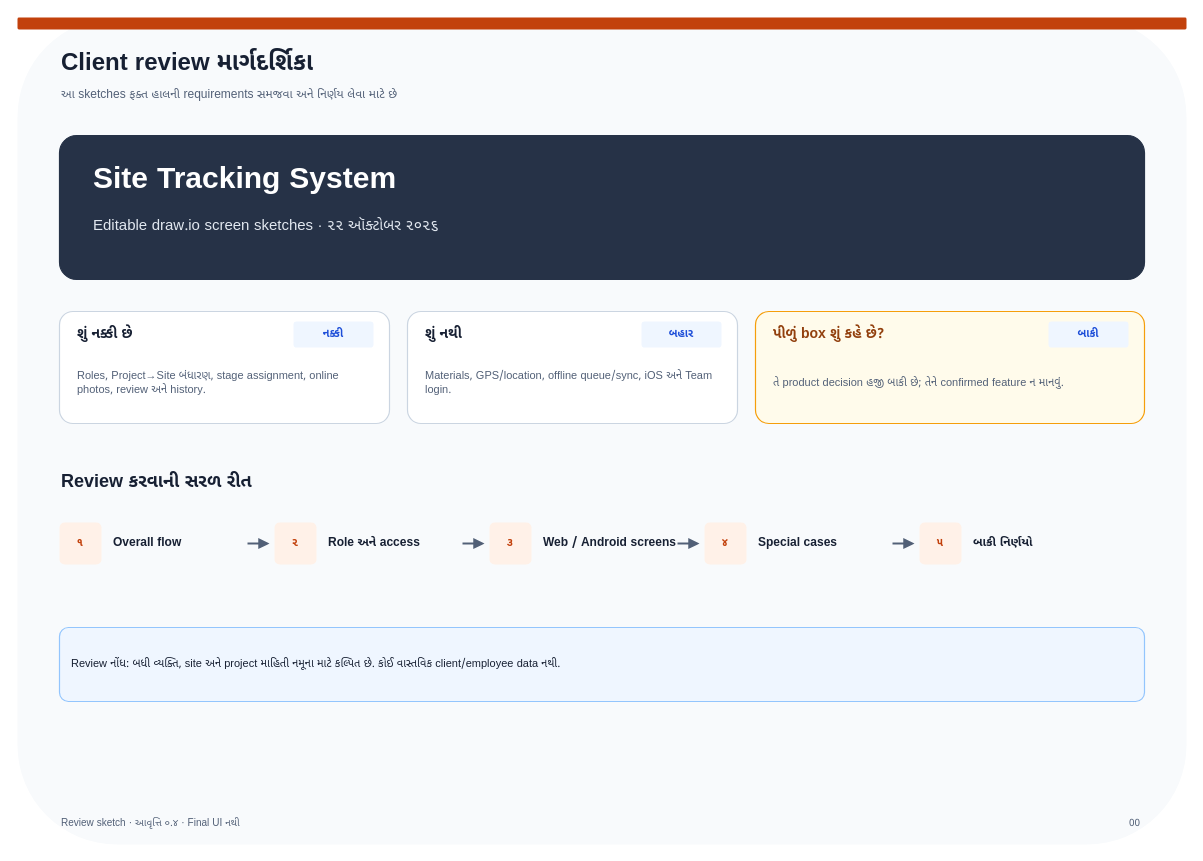
dbmoradiya/site-tracking-system keeps this draw.io diagram as page "00 · Client review guide" (1 of 18) of review/site-tracking-screen-sketches-v0.4.drawio. Above is the earlier version. Source tidied: cells renumbered, new cells numbered last; positions are measured from the earlier drawing's top-left corner, leaving out a move shared by most shapes. Both pictures are drawn from the tidied source at 100%, with x=0, y=0 at pixel (17, 17).
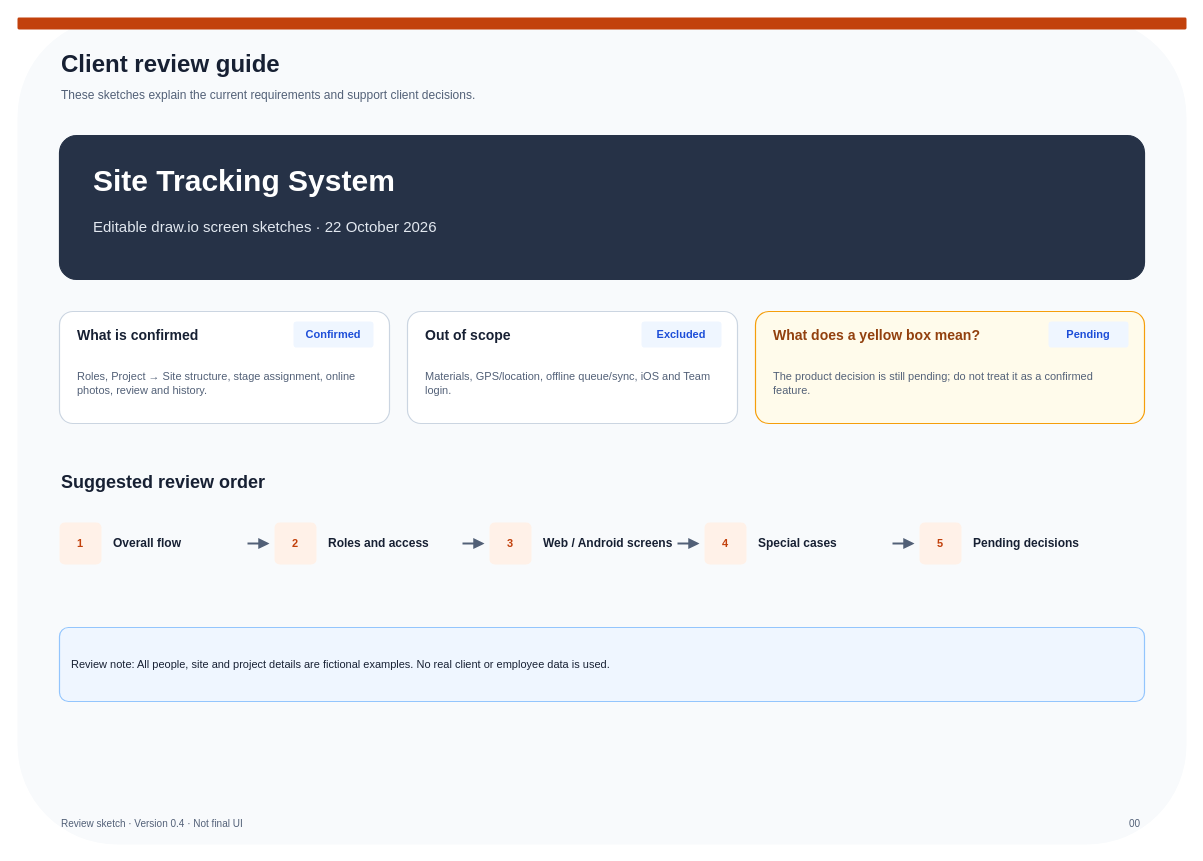
After the change.

The edit, as a diff of the source:
```diff
@@
-    <mxCell id="2" style="rounded=1;whiteSpace=wrap;html=1;fillColor=#F8FAFC;strokeColor=none;strokeWidth=1.2;fontFamily=Noto Sans Gujarati;fontSize=13;fontColor=#172033;fontStyle=0;align=left;verticalAlign=middle;spacingLeft=10;spacingRight=10;spacingTop=6;spacingBottom=6;dashed=0;arcSize=12;" parent="1" vertex="1">
+    <mxCell id="2" style="rounded=1;whiteSpace=wrap;html=1;fillColor=#F8FAFC;strokeColor=none;strokeWidth=1.2;fontFamily=Arial;fontSize=13;fontColor=#172033;fontStyle=0;align=left;verticalAlign=middle;spacingLeft=10;spacingRight=10;spacingTop=6;spacingBottom=6;dashed=0;arcSize=12;" parent="1" vertex="1">
       <mxGeometry width="1169" height="827" as="geometry" />
     </mxCell>
-    <mxCell id="3" style="rounded=1;whiteSpace=wrap;html=1;fillColor=#C2410C;strokeColor=none;strokeWidth=1.2;fontFamily=Noto Sans Gujarati;fontSize=13;fontColor=#172033;fontStyle=0;align=left;verticalAlign=middle;spacingLeft=10;spacingRight=10;spacingTop=6;spacingBottom=6;dashed=0;arcSize=12;" parent="1" vertex="1">
+    <mxCell id="3" style="rounded=1;whiteSpace=wrap;html=1;fillColor=#C2410C;strokeColor=none;strokeWidth=1.2;fontFamily=Arial;fontSize=13;fontColor=#172033;fontStyle=0;align=left;verticalAlign=middle;spacingLeft=10;spacingRight=10;spacingTop=6;spacingBottom=6;dashed=0;arcSize=12;" parent="1" vertex="1">
       <mxGeometry width="1169" height="12" as="geometry" />
     </mxCell>
-    <mxCell id="4" value="Client review માર્ગદર્શિકા" style="text;html=1;strokeColor=none;fillColor=none;whiteSpace=wrap;fontFamily=Noto Sans Gujarati;fontSize=24;fontColor=#172033;fontStyle=1;align=left;verticalAlign=middle;" parent="1" vertex="1">
+    <mxCell id="4" value="Client review guide" style="text;html=1;strokeColor=none;fillColor=none;whiteSpace=wrap;fontFamily=Arial;fontSize=24;fontColor=#172033;fontStyle=1;align=left;verticalAlign=middle;" parent="1" vertex="1">
       <mxGeometry x="42" y="30" width="875" height="34" as="geometry" />
     </mxCell>
-    <mxCell id="5" value="આ sketches ફક્ત હાલની requirements સમજવા અને નિર્ણય લેવા માટે છે" style="text;html=1;strokeColor=none;fillColor=none;whiteSpace=wrap;fontFamily=Noto Sans Gujarati;fontSize=12;fontColor=#526077;fontStyle=0;align=left;verticalAlign=middle;" parent="1" vertex="1">
+    <mxCell id="5" value="These sketches explain the current requirements and support client decisions." style="text;html=1;strokeColor=none;fillColor=none;whiteSpace=wrap;fontFamily=Arial;fontSize=12;fontColor=#526077;fontStyle=0;align=left;verticalAlign=middle;" parent="1" vertex="1">
       <mxGeometry x="42" y="66" width="900" height="24" as="geometry" />
     </mxCell>
-    <mxCell id="6" value="Review sketch · આવૃત્તિ ૦.૪ · Final UI નથી" style="text;html=1;strokeColor=none;fillColor=none;whiteSpace=wrap;fontFamily=Noto Sans Gujarati;fontSize=10;fontColor=#526077;fontStyle=0;align=left;verticalAlign=middle;" parent="1" vertex="1">
+    <mxCell id="6" value="Review sketch · Version 0.4 · Not final UI" style="text;html=1;strokeColor=none;fillColor=none;whiteSpace=wrap;fontFamily=Arial;fontSize=10;fontColor=#526077;fontStyle=0;align=left;verticalAlign=middle;" parent="1" vertex="1">
       <mxGeometry x="42" y="797" width="930" height="18" as="geometry" />
     </mxCell>
-    <mxCell id="7" value="00" style="text;html=1;strokeColor=none;fillColor=none;whiteSpace=wrap;fontFamily=Noto Sans Gujarati;fontSize=10;fontColor=#526077;fontStyle=0;align=right;verticalAlign=middle;" parent="1" vertex="1">
+    <mxCell id="7" value="00" style="text;html=1;strokeColor=none;fillColor=none;whiteSpace=wrap;fontFamily=Arial;fontSize=10;fontColor=#526077;fontStyle=0;align=right;verticalAlign=middle;" parent="1" vertex="1">
       <mxGeometry x="1030" y="797" width="95" height="18" as="geometry" />
     </mxCell>
-    <mxCell id="8" style="rounded=1;whiteSpace=wrap;html=1;fillColor=#263247;strokeColor=#263247;strokeWidth=1.2;fontFamily=Noto Sans Gujarati;fontSize=13;fontColor=#172033;fontStyle=0;align=left;verticalAlign=middle;spacingLeft=10;spacingRight=10;spacingTop=6;spacingBottom=6;dashed=0;arcSize=12;" parent="1" vertex="1">
+    <mxCell id="8" style="rounded=1;whiteSpace=wrap;html=1;fillColor=#263247;strokeColor=#263247;strokeWidth=1.2;fontFamily=Arial;fontSize=13;fontColor=#172033;fontStyle=0;align=left;verticalAlign=middle;spacingLeft=10;spacingRight=10;spacingTop=6;spacingBottom=6;dashed=0;arcSize=12;" parent="1" vertex="1">
       <mxGeometry x="42" y="118" width="1085" height="144" as="geometry" />
     </mxCell>
-    <mxCell id="9" value="Site Tracking System" style="text;html=1;strokeColor=none;fillColor=none;whiteSpace=wrap;fontFamily=Noto Sans Gujarati;fontSize=30;fontColor=#FFFFFF;fontStyle=1;align=left;verticalAlign=middle;" parent="1" vertex="1">
+    <mxCell id="9" value="Site Tracking System" style="text;html=1;strokeColor=none;fillColor=none;whiteSpace=wrap;fontFamily=Arial;fontSize=30;fontColor=#FFFFFF;fontStyle=1;align=left;verticalAlign=middle;" parent="1" vertex="1">
       <mxGeometry x="74" y="142" width="780" height="42" as="geometry" />
     </mxCell>
-    <mxCell id="10" value="Editable draw.io screen sketches · ૨૨ ઑક્ટોબર ૨૦૨૬" style="text;html=1;strokeColor=none;fillColor=none;whiteSpace=wrap;fontFamily=Noto Sans Gujarati;fontSize=15;fontColor=#E2E8F0;fontStyle=0;align=left;verticalAlign=middle;" parent="1" vertex="1">
+    <mxCell id="10" value="Editable draw.io screen sketches · 22 October 2026" style="text;html=1;strokeColor=none;fillColor=none;whiteSpace=wrap;fontFamily=Arial;fontSize=15;fontColor=#E2E8F0;fontStyle=0;align=left;verticalAlign=middle;" parent="1" vertex="1">
       <mxGeometry x="74" y="190" width="850" height="38" as="geometry" />
     </mxCell>
-    <mxCell id="11" style="rounded=1;whiteSpace=wrap;html=1;fillColor=#FFFFFF;strokeColor=#CBD5E1;strokeWidth=1.2;fontFamily=Noto Sans Gujarati;fontSize=13;fontColor=#172033;fontStyle=0;align=left;verticalAlign=middle;spacingLeft=10;spacingRight=10;spacingTop=6;spacingBottom=6;dashed=0;arcSize=12;" parent="1" vertex="1">
+    <mxCell id="11" style="rounded=1;whiteSpace=wrap;html=1;fillColor=#FFFFFF;strokeColor=#CBD5E1;strokeWidth=1.2;fontFamily=Arial;fontSize=13;fontColor=#172033;fontStyle=0;align=left;verticalAlign=middle;spacingLeft=10;spacingRight=10;spacingTop=6;spacingBottom=6;dashed=0;arcSize=12;" parent="1" vertex="1">
       <mxGeometry x="42" y="294" width="330" height="112" as="geometry" />
     </mxCell>
-    <mxCell id="12" value="શું નક્કી છે" style="text;html=1;strokeColor=none;fillColor=none;whiteSpace=wrap;fontFamily=Noto Sans Gujarati;fontSize=14;fontColor=#172033;fontStyle=1;align=left;verticalAlign=middle;" parent="1" vertex="1">
+    <mxCell id="12" value="What is confirmed" style="text;html=1;strokeColor=none;fillColor=none;whiteSpace=wrap;fontFamily=Arial;fontSize=14;fontColor=#172033;fontStyle=1;align=left;verticalAlign=middle;" parent="1" vertex="1">
       <mxGeometry x="58" y="306" width="298" height="24" as="geometry" />
     </mxCell>
-    <mxCell id="13" value="Roles, Project→Site બંધારણ, stage assignment, online photos, review અને history." style="text;html=1;strokeColor=none;fillColor=none;whiteSpace=wrap;fontFamily=Noto Sans Gujarati;fontSize=11;fontColor=#526077;fontStyle=0;align=left;verticalAlign=middle;" parent="1" vertex="1">
+    <mxCell id="13" value="Roles, Project → Site structure, stage assignment, online photos, review and history." style="text;html=1;strokeColor=none;fillColor=none;whiteSpace=wrap;fontFamily=Arial;fontSize=11;fontColor=#526077;fontStyle=0;align=left;verticalAlign=middle;" parent="1" vertex="1">
       <mxGeometry x="58" y="336" width="298" height="60" as="geometry" />
     </mxCell>
-    <mxCell id="14" value="નક્કી" style="rounded=1;whiteSpace=wrap;html=1;fillColor=#EFF6FF;strokeColor=none;strokeWidth=1.2;fontFamily=Noto Sans Gujarati;fontSize=11;fontColor=#1D4ED8;fontStyle=1;align=center;verticalAlign=middle;spacingLeft=10;spacingRight=10;spacingTop=6;spacingBottom=6;dashed=0;arcSize=12;" parent="1" vertex="1">
+    <mxCell id="14" value="Confirmed" style="rounded=1;whiteSpace=wrap;html=1;fillColor=#EFF6FF;strokeColor=none;strokeWidth=1.2;fontFamily=Arial;fontSize=11;fontColor=#1D4ED8;fontStyle=1;align=center;verticalAlign=middle;spacingLeft=10;spacingRight=10;spacingTop=6;spacingBottom=6;dashed=0;arcSize=12;" parent="1" vertex="1">
       <mxGeometry x="276" y="304" width="80" height="26" as="geometry" />
     </mxCell>
-    <mxCell id="15" style="rounded=1;whiteSpace=wrap;html=1;fillColor=#FFFFFF;strokeColor=#CBD5E1;strokeWidth=1.2;fontFamily=Noto Sans Gujarati;fontSize=13;fontColor=#172033;fontStyle=0;align=left;verticalAlign=middle;spacingLeft=10;spacingRight=10;spacingTop=6;spacingBottom=6;dashed=0;arcSize=12;" parent="1" vertex="1">
+    <mxCell id="15" style="rounded=1;whiteSpace=wrap;html=1;fillColor=#FFFFFF;strokeColor=#CBD5E1;strokeWidth=1.2;fontFamily=Arial;fontSize=13;fontColor=#172033;fontStyle=0;align=left;verticalAlign=middle;spacingLeft=10;spacingRight=10;spacingTop=6;spacingBottom=6;dashed=0;arcSize=12;" parent="1" vertex="1">
       <mxGeometry x="390" y="294" width="330" height="112" as="geometry" />
     </mxCell>
-    <mxCell id="16" value="શું નથી" style="text;html=1;strokeColor=none;fillColor=none;whiteSpace=wrap;fontFamily=Noto Sans Gujarati;fontSize=14;fontColor=#172033;fontStyle=1;align=left;verticalAlign=middle;" parent="1" vertex="1">
+    <mxCell id="16" value="Out of scope" style="text;html=1;strokeColor=none;fillColor=none;whiteSpace=wrap;fontFamily=Arial;fontSize=14;fontColor=#172033;fontStyle=1;align=left;verticalAlign=middle;" parent="1" vertex="1">
       <mxGeometry x="406" y="306" width="298" height="24" as="geometry" />
     </mxCell>
-    <mxCell id="17" value="Materials, GPS/location, offline queue/sync, iOS અને Team login." style="text;html=1;strokeColor=none;fillColor=none;whiteSpace=wrap;fontFamily=Noto Sans Gujarati;fontSize=11;fontColor=#526077;fontStyle=0;align=left;verticalAlign=middle;" parent="1" vertex="1">
+    <mxCell id="17" value="Materials, GPS/location, offline queue/sync, iOS and Team login." style="text;html=1;strokeColor=none;fillColor=none;whiteSpace=wrap;fontFamily=Arial;fontSize=11;fontColor=#526077;fontStyle=0;align=left;verticalAlign=middle;" parent="1" vertex="1">
       <mxGeometry x="406" y="336" width="298" height="60" as="geometry" />
     </mxCell>
-    <mxCell id="18" value="બહાર" style="rounded=1;whiteSpace=wrap;html=1;fillColor=#EFF6FF;strokeColor=none;strokeWidth=1.2;fontFamily=Noto Sans Gujarati;fontSize=11;fontColor=#1D4ED8;fontStyle=1;align=center;verticalAlign=middle;spacingLeft=10;spacingRight=10;spacingTop=6;spacingBottom=6;dashed=0;arcSize=12;" parent="1" vertex="1">
+    <mxCell id="18" value="Excluded" style="rounded=1;whiteSpace=wrap;html=1;fillColor=#EFF6FF;strokeColor=none;strokeWidth=1.2;fontFamily=Arial;fontSize=11;fontColor=#1D4ED8;fontStyle=1;align=center;verticalAlign=middle;spacingLeft=10;spacingRight=10;spacingTop=6;spacingBottom=6;dashed=0;arcSize=12;" parent="1" vertex="1">
       <mxGeometry x="624" y="304" width="80" height="26" as="geometry" />
     </mxCell>
-    <mxCell id="19" style="rounded=1;whiteSpace=wrap;html=1;fillColor=#FFFBEB;strokeColor=#F59E0B;strokeWidth=1.2;fontFamily=Noto Sans Gujarati;fontSize=13;fontColor=#172033;fontStyle=0;align=left;verticalAlign=middle;spacingLeft=10;spacingRight=10;spacingTop=6;spacingBottom=6;dashed=0;arcSize=12;" parent="1" vertex="1">
+    <mxCell id="19" style="rounded=1;whiteSpace=wrap;html=1;fillColor=#FFFBEB;strokeColor=#F59E0B;strokeWidth=1.2;fontFamily=Arial;fontSize=13;fontColor=#172033;fontStyle=0;align=left;verticalAlign=middle;spacingLeft=10;spacingRight=10;spacingTop=6;spacingBottom=6;dashed=0;arcSize=12;" parent="1" vertex="1">
       <mxGeometry x="738" y="294" width="389" height="112" as="geometry" />
     </mxCell>
-    <mxCell id="20" value="પીળું box શું કહે છે?" style="text;html=1;strokeColor=none;fillColor=none;whiteSpace=wrap;fontFamily=Noto Sans Gujarati;fontSize=14;fontColor=#92400E;fontStyle=1;align=left;verticalAlign=middle;" parent="1" vertex="1">
+    <mxCell id="20" value="What does a yellow box mean?" style="text;html=1;strokeColor=none;fillColor=none;whiteSpace=wrap;fontFamily=Arial;fontSize=14;fontColor=#92400E;fontStyle=1;align=left;verticalAlign=middle;" parent="1" vertex="1">
       <mxGeometry x="754" y="306" width="357" height="24" as="geometry" />
     </mxCell>
-    <mxCell id="21" value="તે product decision હજી બાકી છે; તેને confirmed feature ન માનવું." style="text;html=1;strokeColor=none;fillColor=none;whiteSpace=wrap;fontFamily=Noto Sans Gujarati;fontSize=11;fontColor=#526077;fontStyle=0;align=left;verticalAlign=middle;" parent="1" vertex="1">
+    <mxCell id="21" value="The product decision is still pending; do not treat it as a confirmed feature." style="text;html=1;strokeColor=none;fillColor=none;whiteSpace=wrap;fontFamily=Arial;fontSize=11;fontColor=#526077;fontStyle=0;align=left;verticalAlign=middle;" parent="1" vertex="1">
       <mxGeometry x="754" y="336" width="357" height="60" as="geometry" />
     </mxCell>
-    <mxCell id="22" value="બાકી" style="rounded=1;whiteSpace=wrap;html=1;fillColor=#EFF6FF;strokeColor=none;strokeWidth=1.2;fontFamily=Noto Sans Gujarati;fontSize=11;fontColor=#1D4ED8;fontStyle=1;align=center;verticalAlign=middle;spacingLeft=10;spacingRight=10;spacingTop=6;spacingBottom=6;dashed=0;arcSize=12;" parent="1" vertex="1">
+    <mxCell id="22" value="Pending" style="rounded=1;whiteSpace=wrap;html=1;fillColor=#EFF6FF;strokeColor=none;strokeWidth=1.2;fontFamily=Arial;fontSize=11;fontColor=#1D4ED8;fontStyle=1;align=center;verticalAlign=middle;spacingLeft=10;spacingRight=10;spacingTop=6;spacingBottom=6;dashed=0;arcSize=12;" parent="1" vertex="1">
       <mxGeometry x="1031" y="304" width="80" height="26" as="geometry" />
     </mxCell>
-    <mxCell id="23" value="Review કરવાની સરળ રીત" style="text;html=1;strokeColor=none;fillColor=none;whiteSpace=wrap;fontFamily=Noto Sans Gujarati;fontSize=18;fontColor=#172033;fontStyle=1;align=left;verticalAlign=middle;" parent="1" vertex="1">
+    <mxCell id="23" value="Suggested review order" style="text;html=1;strokeColor=none;fillColor=none;whiteSpace=wrap;fontFamily=Arial;fontSize=18;fontColor=#172033;fontStyle=1;align=left;verticalAlign=middle;" parent="1" vertex="1">
       <mxGeometry x="42" y="450" width="1085" height="30" as="geometry" />
     </mxCell>
-    <mxCell id="24" value="૧" style="rounded=1;whiteSpace=wrap;html=1;fillColor=#FFF1E8;strokeColor=none;strokeWidth=1.2;fontFamily=Noto Sans Gujarati;fontSize=11;fontColor=#C2410C;fontStyle=1;align=center;verticalAlign=middle;spacingLeft=10;spacingRight=10;spacingTop=6;spacingBottom=6;dashed=0;arcSize=12;" parent="1" vertex="1">
+    <mxCell id="24" value="1" style="rounded=1;whiteSpace=wrap;html=1;fillColor=#FFF1E8;strokeColor=none;strokeWidth=1.2;fontFamily=Arial;fontSize=11;fontColor=#C2410C;fontStyle=1;align=center;verticalAlign=middle;spacingLeft=10;spacingRight=10;spacingTop=6;spacingBottom=6;dashed=0;arcSize=12;" parent="1" vertex="1">
       <mxGeometry x="42" y="505" width="42" height="42" as="geometry" />
     </mxCell>
-    <mxCell id="25" value="Overall flow" style="text;html=1;strokeColor=none;fillColor=none;whiteSpace=wrap;fontFamily=Noto Sans Gujarati;fontSize=12;fontColor=#172033;fontStyle=1;align=left;verticalAlign=middle;" parent="1" vertex="1">
+    <mxCell id="25" value="Overall flow" style="text;html=1;strokeColor=none;fillColor=none;whiteSpace=wrap;fontFamily=Arial;fontSize=12;fontColor=#172033;fontStyle=1;align=left;verticalAlign=middle;" parent="1" vertex="1">
       <mxGeometry x="94" y="508" width="150" height="36" as="geometry" />
     </mxCell>
@@
-    <mxCell id="27" value="૨" style="rounded=1;whiteSpace=wrap;html=1;fillColor=#FFF1E8;strokeColor=none;strokeWidth=1.2;fontFamily=Noto Sans Gujarati;fontSize=11;fontColor=#C2410C;fontStyle=1;align=center;verticalAlign=middle;spacingLeft=10;spacingRight=10;spacingTop=6;spacingBottom=6;dashed=0;arcSize=12;" parent="1" vertex="1">
+    <mxCell id="27" value="2" style="rounded=1;whiteSpace=wrap;html=1;fillColor=#FFF1E8;strokeColor=none;strokeWidth=1.2;fontFamily=Arial;fontSize=11;fontColor=#C2410C;fontStyle=1;align=center;verticalAlign=middle;spacingLeft=10;spacingRight=10;spacingTop=6;spacingBottom=6;dashed=0;arcSize=12;" parent="1" vertex="1">
       <mxGeometry x="257" y="505" width="42" height="42" as="geometry" />
     </mxCell>
-    <mxCell id="28" value="Role અને access" style="text;html=1;strokeColor=none;fillColor=none;whiteSpace=wrap;fontFamily=Noto Sans Gujarati;fontSize=12;fontColor=#172033;fontStyle=1;align=left;verticalAlign=middle;" parent="1" vertex="1">
+    <mxCell id="28" value="Roles and access" style="text;html=1;strokeColor=none;fillColor=none;whiteSpace=wrap;fontFamily=Arial;fontSize=12;fontColor=#172033;fontStyle=1;align=left;verticalAlign=middle;" parent="1" vertex="1">
       <mxGeometry x="309" y="508" width="150" height="36" as="geometry" />
     </mxCell>
@@
-    <mxCell id="30" value="૩" style="rounded=1;whiteSpace=wrap;html=1;fillColor=#FFF1E8;strokeColor=none;strokeWidth=1.2;fontFamily=Noto Sans Gujarati;fontSize=11;fontColor=#C2410C;fontStyle=1;align=center;verticalAlign=middle;spacingLeft=10;spacingRight=10;spacingTop=6;spacingBottom=6;dashed=0;arcSize=12;" parent="1" vertex="1">
+    <mxCell id="30" value="3" style="rounded=1;whiteSpace=wrap;html=1;fillColor=#FFF1E8;strokeColor=none;strokeWidth=1.2;fontFamily=Arial;fontSize=11;fontColor=#C2410C;fontStyle=1;align=center;verticalAlign=middle;spacingLeft=10;spacingRight=10;spacingTop=6;spacingBottom=6;dashed=0;arcSize=12;" parent="1" vertex="1">
       <mxGeometry x="472" y="505" width="42" height="42" as="geometry" />
     </mxCell>
-    <mxCell id="31" value="Web / Android screens" style="text;html=1;strokeColor=none;fillColor=none;whiteSpace=wrap;fontFamily=Noto Sans Gujarati;fontSize=12;fontColor=#172033;fontStyle=1;align=left;verticalAlign=middle;" parent="1" vertex="1">
+    <mxCell id="31" value="Web / Android screens" style="text;html=1;strokeColor=none;fillColor=none;whiteSpace=wrap;fontFamily=Arial;fontSize=12;fontColor=#172033;fontStyle=1;align=left;verticalAlign=middle;" parent="1" vertex="1">
       <mxGeometry x="524" y="508" width="150" height="36" as="geometry" />
     </mxCell>
@@
-    <mxCell id="33" value="૪" style="rounded=1;whiteSpace=wrap;html=1;fillColor=#FFF1E8;strokeColor=none;strokeWidth=1.2;fontFamily=Noto Sans Gujarati;fontSize=11;fontColor=#C2410C;fontStyle=1;align=center;verticalAlign=middle;spacingLeft=10;spacingRight=10;spacingTop=6;spacingBottom=6;dashed=0;arcSize=12;" parent="1" vertex="1">
+    <mxCell id="33" value="4" style="rounded=1;whiteSpace=wrap;html=1;fillColor=#FFF1E8;strokeColor=none;strokeWidth=1.2;fontFamily=Arial;fontSize=11;fontColor=#C2410C;fontStyle=1;align=center;verticalAlign=middle;spacingLeft=10;spacingRight=10;spacingTop=6;spacingBottom=6;dashed=0;arcSize=12;" parent="1" vertex="1">
       <mxGeometry x="687" y="505" width="42" height="42" as="geometry" />
     </mxCell>
-    <mxCell id="34" value="Special cases" style="text;html=1;strokeColor=none;fillColor=none;whiteSpace=wrap;fontFamily=Noto Sans Gujarati;fontSize=12;fontColor=#172033;fontStyle=1;align=left;verticalAlign=middle;" parent="1" vertex="1">
+    <mxCell id="34" value="Special cases" style="text;html=1;strokeColor=none;fillColor=none;whiteSpace=wrap;fontFamily=Arial;fontSize=12;fontColor=#172033;fontStyle=1;align=left;verticalAlign=middle;" parent="1" vertex="1">
       <mxGeometry x="739" y="508" width="150" height="36" as="geometry" />
     </mxCell>
@@
-    <mxCell id="36" value="૫" style="rounded=1;whiteSpace=wrap;html=1;fillColor=#FFF1E8;strokeColor=none;strokeWidth=1.2;fontFamily=Noto Sans Gujarati;fontSize=11;fontColor=#C2410C;fontStyle=1;align=center;verticalAlign=middle;spacingLeft=10;spacingRight=10;spacingTop=6;spacingBottom=6;dashed=0;arcSize=12;" parent="1" vertex="1">
+    <mxCell id="36" value="5" style="rounded=1;whiteSpace=wrap;html=1;fillColor=#FFF1E8;strokeColor=none;strokeWidth=1.2;fontFamily=Arial;fontSize=11;fontColor=#C2410C;fontStyle=1;align=center;verticalAlign=middle;spacingLeft=10;spacingRight=10;spacingTop=6;spacingBottom=6;dashed=0;arcSize=12;" parent="1" vertex="1">
       <mxGeometry x="902" y="505" width="42" height="42" as="geometry" />
     </mxCell>
-    <mxCell id="37" value="બાકી નિર્ણયો" style="text;html=1;strokeColor=none;fillColor=none;whiteSpace=wrap;fontFamily=Noto Sans Gujarati;fontSize=12;fontColor=#172033;fontStyle=1;align=left;verticalAlign=middle;" parent="1" vertex="1">
+    <mxCell id="37" value="Pending decisions" style="text;html=1;strokeColor=none;fillColor=none;whiteSpace=wrap;fontFamily=Arial;fontSize=12;fontColor=#172033;fontStyle=1;align=left;verticalAlign=middle;" parent="1" vertex="1">
       <mxGeometry x="954" y="508" width="150" height="36" as="geometry" />
     </mxCell>
-    <mxCell id="38" value="Review નોંધ: બધી વ્યક્તિ, site અને project માહિતી નમૂના માટે કલ્પિત છે. કોઈ વાસ્તવિક client/employee data નથી." style="rounded=1;whiteSpace=wrap;html=1;fillColor=#EFF6FF;strokeColor=#93C5FD;strokeWidth=1.2;fontFamily=Noto Sans Gujarati;fontSize=11;fontColor=#172033;fontStyle=0;align=left;verticalAlign=middle;spacingLeft=10;spacingRight=10;spacingTop=6;spacingBottom=6;dashed=0;arcSize=12;" parent="1" vertex="1">
+    <mxCell id="38" value="Review note: All people, site and project details are fictional examples. No real client or employee data is used." style="rounded=1;whiteSpace=wrap;html=1;fillColor=#EFF6FF;strokeColor=#93C5FD;strokeWidth=1.2;fontFamily=Arial;fontSize=11;fontColor=#172033;fontStyle=0;align=left;verticalAlign=middle;spacingLeft=10;spacingRight=10;spacingTop=6;spacingBottom=6;dashed=0;arcSize=12;" parent="1" vertex="1">
       <mxGeometry x="42" y="610" width="1085" height="74" as="geometry" />
     </mxCell>
```
